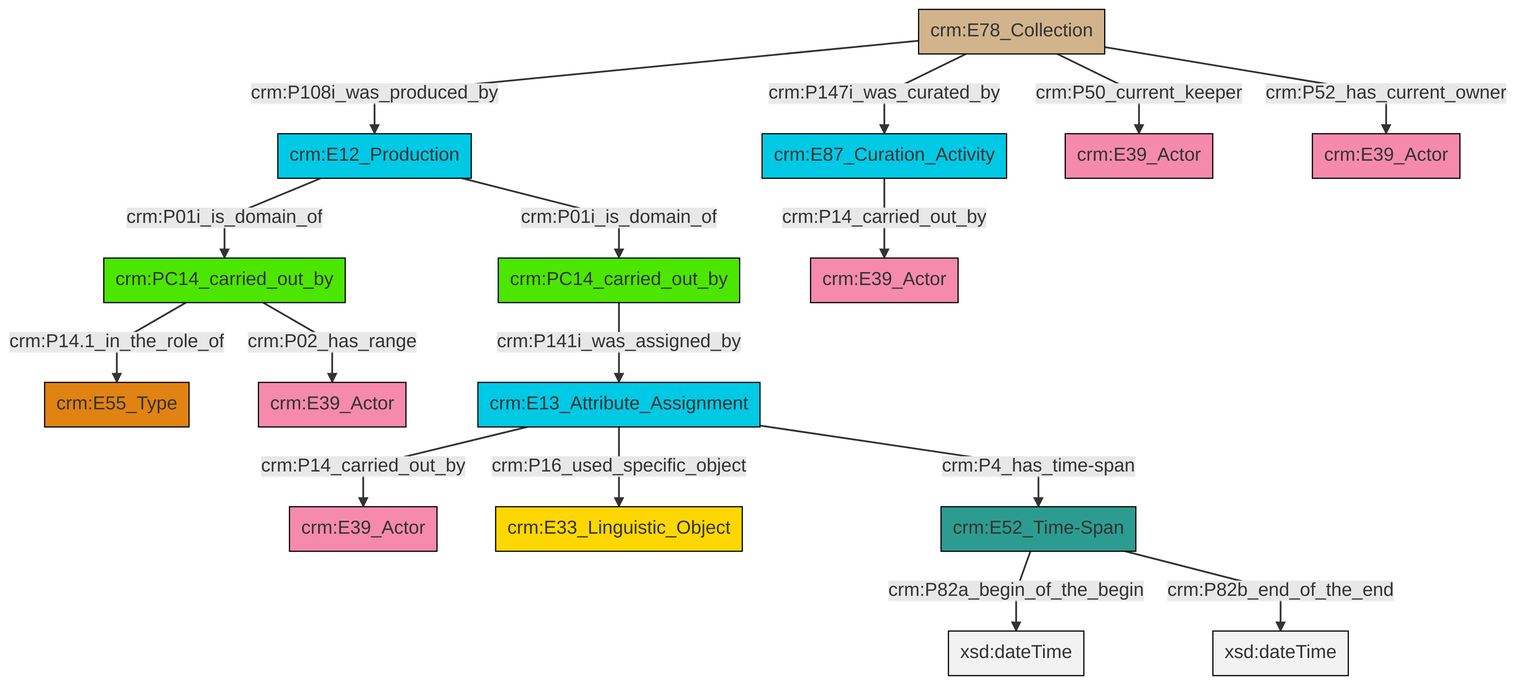
Earlier version of the Mermaid export et/archivalCSV/ttl/mmd/png/archival_relation.png (swiss-art-research-net/docs.swissartresearch). Its source is kept beside it as et/archivalCSV/ttl/mmd/archival_relation.ttl.mmd.
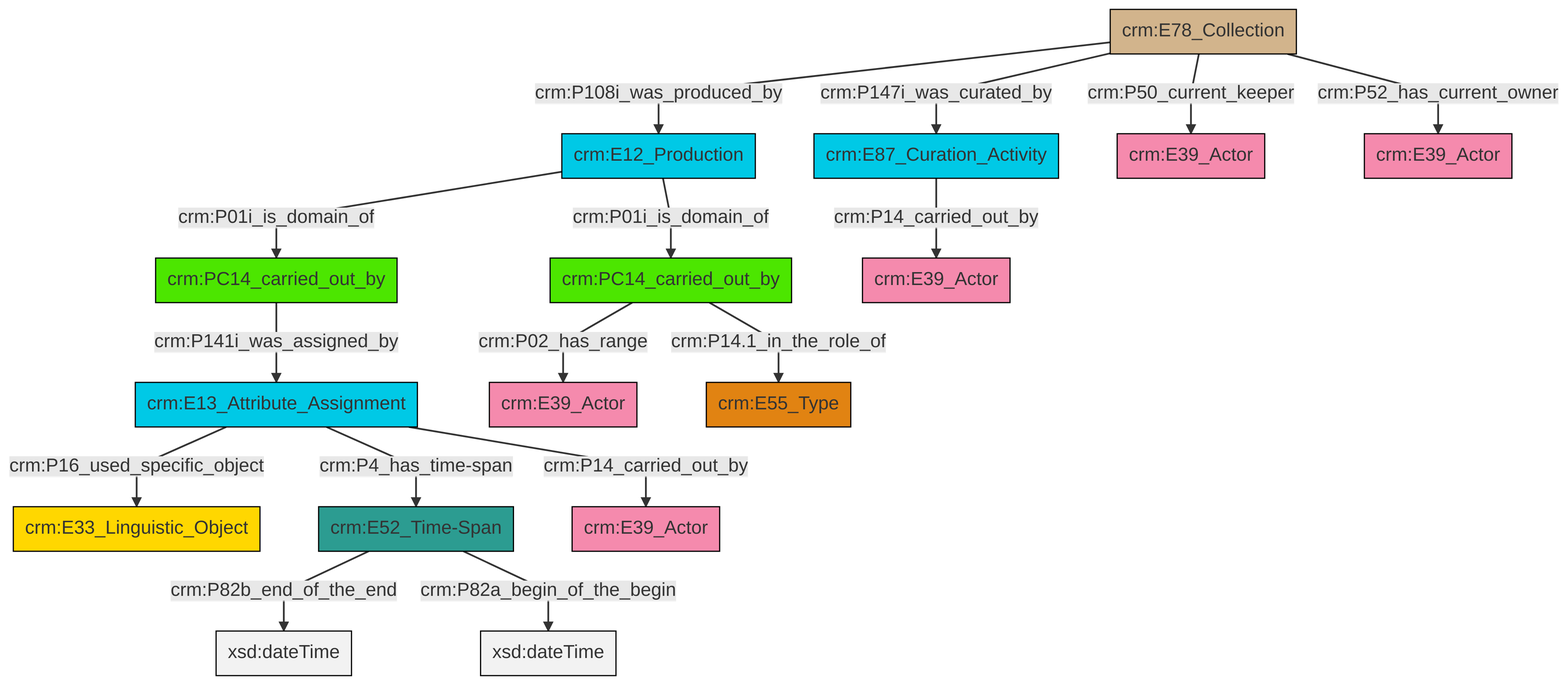
Above is the later version.

Change to the diagram source:
```diff
@@ -13,18 +13,18 @@
 classDef PC_Classes fill:#4ce600, stroke:#000000;
 classDef Multi fill:#cccccc,stroke:#000000;
 
-0["crm:E78_Collection"]:::Physical_Thing -->|crm:P108i_was_produced_by| 1["crm:E12_Production"]:::Temporal_Entity
-2["crm:PC14_carried_out_by"]:::PC_Classes -->|crm:P14.1_in_the_role_of| 3["crm:E55_Type"]:::Type
-6["crm:E52_Time-Span"]:::Time-Span -->|crm:P82a_begin_of_the_begin| 7[xsd:dateTime]:::Literal
-8["crm:PC14_carried_out_by"]:::PC_Classes -->|crm:P141i_was_assigned_by| 4["crm:E13_Attribute_Assignment"]:::Temporal_Entity
-0["crm:E78_Collection"]:::Physical_Thing -->|crm:P147i_was_curated_by| 9["crm:E87_Curation_Activity"]:::Temporal_Entity
-4["crm:E13_Attribute_Assignment"]:::Temporal_Entity -->|crm:P14_carried_out_by| 18["crm:E39_Actor"]:::Actor
-1["crm:E12_Production"]:::Temporal_Entity -->|crm:P01i_is_domain_of| 2["crm:PC14_carried_out_by"]:::PC_Classes
-4["crm:E13_Attribute_Assignment"]:::Temporal_Entity -->|crm:P16_used_specific_object| 12["crm:E33_Linguistic_Object"]:::Conceptual_Object
-9["crm:E87_Curation_Activity"]:::Temporal_Entity -->|crm:P14_carried_out_by| 10["crm:E39_Actor"]:::Actor
-1["crm:E12_Production"]:::Temporal_Entity -->|crm:P01i_is_domain_of| 8["crm:PC14_carried_out_by"]:::PC_Classes
-2["crm:PC14_carried_out_by"]:::PC_Classes -->|crm:P02_has_range| 19["crm:E39_Actor"]:::Actor
-4["crm:E13_Attribute_Assignment"]:::Temporal_Entity -->|crm:P4_has_time-span| 6["crm:E52_Time-Span"]:::Time-Span
-0["crm:E78_Collection"]:::Physical_Thing -->|crm:P50_current_keeper| 14["crm:E39_Actor"]:::Actor
-6["crm:E52_Time-Span"]:::Time-Span -->|crm:P82b_end_of_the_end| 29[xsd:dateTime]:::Literal
-0["crm:E78_Collection"]:::Physical_Thing -->|crm:P52_has_current_owner| 22["crm:E39_Actor"]:::Actor
+2["crm:E78_Collection"]:::Physical_Thing -->|crm:P147i_was_curated_by| 3["crm:E87_Curation_Activity"]:::Temporal_Entity
+4["crm:E12_Production"]:::Temporal_Entity -->|crm:P01i_is_domain_of| 0["crm:PC14_carried_out_by"]:::PC_Classes
+5["crm:E13_Attribute_Assignment"]:::Temporal_Entity -->|crm:P16_used_specific_object| 6["crm:E33_Linguistic_Object"]:::Conceptual_Object
+8["crm:PC14_carried_out_by"]:::PC_Classes -->|crm:P02_has_range| 9["crm:E39_Actor"]:::Actor
+2["crm:E78_Collection"]:::Physical_Thing -->|crm:P50_current_keeper| 10["crm:E39_Actor"]:::Actor
+2["crm:E78_Collection"]:::Physical_Thing -->|crm:P108i_was_produced_by| 4["crm:E12_Production"]:::Temporal_Entity
+11["crm:E52_Time-Span"]:::Time-Span -->|crm:P82b_end_of_the_end| 12[xsd:dateTime]:::Literal
+5["crm:E13_Attribute_Assignment"]:::Temporal_Entity -->|crm:P14_carried_out_by| 16["crm:E39_Actor"]:::Actor
+4["crm:E12_Production"]:::Temporal_Entity -->|crm:P01i_is_domain_of| 8["crm:PC14_carried_out_by"]:::PC_Classes
+2["crm:E78_Collection"]:::Physical_Thing -->|crm:P52_has_current_owner| 19["crm:E39_Actor"]:::Actor
+0["crm:PC14_carried_out_by"]:::PC_Classes -->|crm:P141i_was_assigned_by| 5["crm:E13_Attribute_Assignment"]:::Temporal_Entity
+8["crm:PC14_carried_out_by"]:::PC_Classes -->|crm:P14.1_in_the_role_of| 23["crm:E55_Type"]:::Type
+5["crm:E13_Attribute_Assignment"]:::Temporal_Entity -->|crm:P4_has_time-span| 11["crm:E52_Time-Span"]:::Time-Span
+3["crm:E87_Curation_Activity"]:::Temporal_Entity -->|crm:P14_carried_out_by| 14["crm:E39_Actor"]:::Actor
+11["crm:E52_Time-Span"]:::Time-Span -->|crm:P82a_begin_of_the_begin| 27[xsd:dateTime]:::Literal
```
